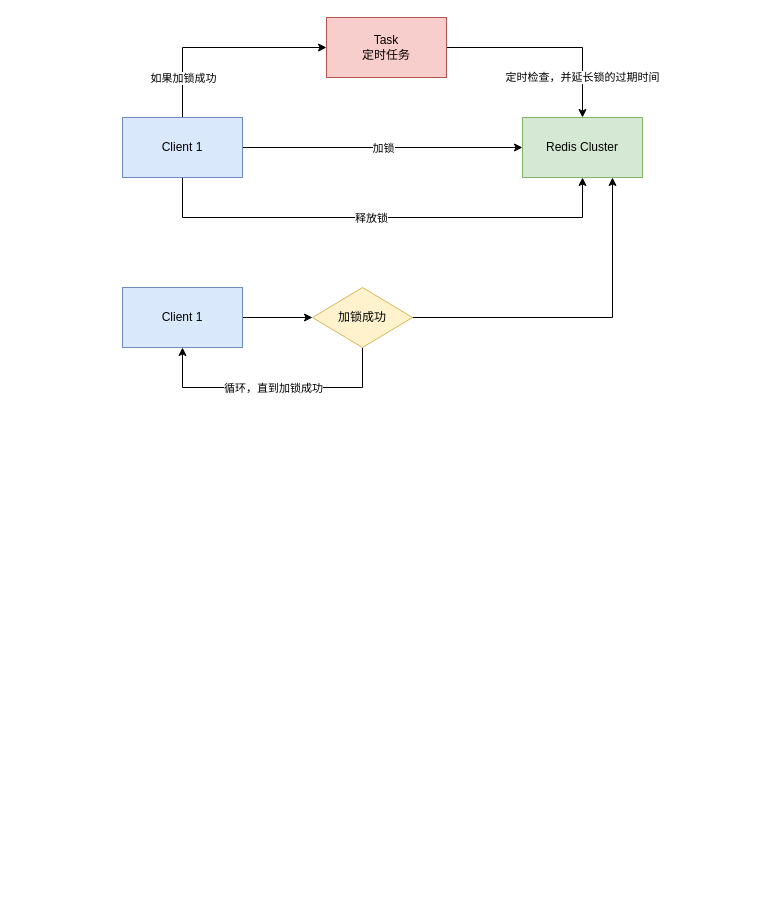
thebesteric/draw.io keeps this draw.io diagram as redis/distributed-lock.drawio. Above is the earlier version. Source tidied: cells renumbered, new cells numbered last; positions are measured from the earlier drawing's top-left corner, leaving out a move shared by most shapes. Both pictures are drawn from the tidied source at 100%, with x=0, y=0 at pixel (122, 17).
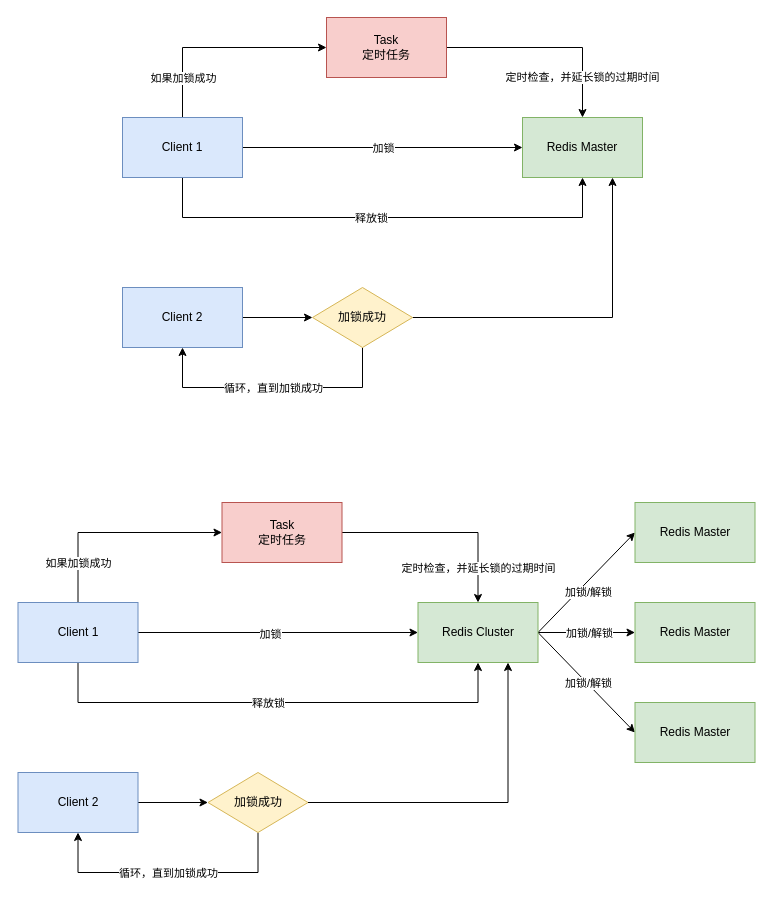
The same diagram, later.

Change to the diagram source:
```diff
@@
-    <mxCell id="9" value="Redis Cluster" style="rounded=0;whiteSpace=wrap;html=1;fillColor=#d5e8d4;strokeColor=#82b366;" parent="1" vertex="1">
+    <mxCell id="9" value="Redis Master" style="rounded=0;whiteSpace=wrap;html=1;fillColor=#d5e8d4;strokeColor=#82b366;" parent="1" vertex="1">
       <mxGeometry x="400" y="100" width="120" height="60" as="geometry" />
     </mxCell>
@@
-    <mxCell id="14" value="Client 1" style="rounded=0;whiteSpace=wrap;html=1;fillColor=#dae8fc;strokeColor=#6c8ebf;" parent="1" vertex="1">
+    <mxCell id="14" value="Client 2" style="rounded=0;whiteSpace=wrap;html=1;fillColor=#dae8fc;strokeColor=#6c8ebf;" parent="1" vertex="1">
       <mxGeometry y="270" width="120" height="60" as="geometry" />
     </mxCell>
@@
+    <mxCell id="19" style="edgeStyle=orthogonalEdgeStyle;rounded=0;jettySize=auto;html=1;exitX=0.5;exitY=0;exitDx=0;exitDy=0;entryX=0;entryY=0.5;entryDx=0;entryDy=0;" parent="1" edge="1" source="25" target="35">
+      <mxGeometry relative="1" as="geometry" />
+    </mxCell>
+    <mxCell id="20" value="如果加锁成功" style="edgeLabel;html=1;align=center;verticalAlign=middle;" parent="19" vertex="1">
+      <mxGeometry x="0.03" y="3" relative="1" as="geometry">
+        <mxPoint x="-40" y="33" as="offset" />
+      </mxGeometry>
+    </mxCell>
+    <mxCell id="21" style="edgeStyle=orthogonalEdgeStyle;rounded=0;jettySize=auto;html=1;exitX=0.5;exitY=1;exitDx=0;exitDy=0;entryX=0.5;entryY=1;entryDx=0;entryDy=0;" parent="1" edge="1" source="25" target="32">
+      <mxGeometry relative="1" as="geometry">
+        <Array as="points">
+          <mxPoint x="-44.5" y="685" />
+          <mxPoint x="355.5" y="685" />
+        </Array>
+      </mxGeometry>
+    </mxCell>
+    <mxCell id="22" value="释放锁" style="edgeLabel;html=1;align=center;verticalAlign=middle;" parent="21" vertex="1">
+      <mxGeometry x="-0.04" relative="1" as="geometry" />
+    </mxCell>
+    <mxCell id="23" style="edgeStyle=orthogonalEdgeStyle;rounded=0;jettySize=auto;html=1;exitX=1;exitY=0.5;exitDx=0;exitDy=0;" parent="1" edge="1" source="25" target="32">
+      <mxGeometry relative="1" as="geometry" />
+    </mxCell>
+    <mxCell id="24" value="加锁" style="edgeLabel;html=1;align=center;verticalAlign=middle;" parent="23" vertex="1">
+      <mxGeometry x="-0.06" y="-1" relative="1" as="geometry" />
+    </mxCell>
+    <mxCell id="25" value="Client 1" style="rounded=0;whiteSpace=wrap;html=1;fillColor=#dae8fc;strokeColor=#6c8ebf;" parent="1" vertex="1">
+      <mxGeometry x="-104.5" y="585" width="120" height="60" as="geometry" />
+    </mxCell>
+    <mxCell id="26" style="rounded=0;jettySize=auto;html=1;exitX=1;exitY=0.5;exitDx=0;exitDy=0;entryX=0;entryY=0.5;entryDx=0;entryDy=0;" parent="1" edge="1" source="32" target="42">
+      <mxGeometry relative="1" as="geometry" />
+    </mxCell>
+    <mxCell id="27" value="加锁/解锁" style="edgeLabel;html=1;align=center;verticalAlign=middle;" parent="26" vertex="1">
+      <mxGeometry x="0.09" y="-3" relative="1" as="geometry">
+        <mxPoint x="-5" y="12" as="offset" />
+      </mxGeometry>
+    </mxCell>
+    <mxCell id="28" style="edgeStyle=none;rounded=0;jettySize=auto;html=1;exitX=1;exitY=0.5;exitDx=0;exitDy=0;entryX=0;entryY=0.5;entryDx=0;entryDy=0;" parent="1" edge="1" source="32" target="43">
+      <mxGeometry relative="1" as="geometry" />
+    </mxCell>
+    <mxCell id="29" value="加锁/解锁" style="edgeLabel;html=1;align=center;verticalAlign=middle;" parent="28" vertex="1">
+      <mxGeometry x="-0.12" y="2" relative="1" as="geometry">
+        <mxPoint x="8" y="2" as="offset" />
+      </mxGeometry>
+    </mxCell>
+    <mxCell id="30" style="edgeStyle=none;rounded=0;jettySize=auto;html=1;exitX=1;exitY=0.5;exitDx=0;exitDy=0;entryX=0;entryY=0.5;entryDx=0;entryDy=0;" parent="1" edge="1" source="32" target="44">
+      <mxGeometry relative="1" as="geometry" />
+    </mxCell>
+    <mxCell id="31" value="加锁/解锁" style="edgeLabel;html=1;align=center;verticalAlign=middle;" parent="30" vertex="1">
+      <mxGeometry x="-0.13" y="-1" relative="1" as="geometry">
+        <mxPoint x="8" y="6" as="offset" />
+      </mxGeometry>
+    </mxCell>
+    <mxCell id="32" value="Redis Cluster" style="rounded=0;whiteSpace=wrap;html=1;fillColor=#d5e8d4;strokeColor=#82b366;" parent="1" vertex="1">
+      <mxGeometry x="295.5" y="585" width="120" height="60" as="geometry" />
+    </mxCell>
+    <mxCell id="33" style="edgeStyle=orthogonalEdgeStyle;rounded=0;jettySize=auto;html=1;exitX=1;exitY=0.5;exitDx=0;exitDy=0;entryX=0.5;entryY=0;entryDx=0;entryDy=0;" parent="1" edge="1" source="35" target="32">
+      <mxGeometry relative="1" as="geometry" />
+    </mxCell>
+    <mxCell id="34" value="定时检查，并延长锁的过期时间" style="edgeLabel;html=1;align=center;verticalAlign=middle;" parent="33" vertex="1">
+      <mxGeometry x="0.68" y="-3" relative="1" as="geometry">
+        <mxPoint x="3" y="-2" as="offset" />
+      </mxGeometry>
+    </mxCell>
+    <mxCell id="35" value="Task&lt;br&gt;定时任务" style="rounded=0;whiteSpace=wrap;html=1;fillColor=#f8cecc;strokeColor=#b85450;" parent="1" vertex="1">
+      <mxGeometry x="99.5" y="485" width="120" height="60" as="geometry" />
+    </mxCell>
+    <mxCell id="36" style="edgeStyle=orthogonalEdgeStyle;rounded=0;jettySize=auto;html=1;exitX=1;exitY=0.5;exitDx=0;exitDy=0;entryX=0;entryY=0.5;entryDx=0;entryDy=0;" parent="1" edge="1" source="37" target="41">
+      <mxGeometry relative="1" as="geometry" />
+    </mxCell>
+    <mxCell id="37" value="Client 2" style="rounded=0;whiteSpace=wrap;html=1;fillColor=#dae8fc;strokeColor=#6c8ebf;" parent="1" vertex="1">
+      <mxGeometry x="-104.5" y="755" width="120" height="60" as="geometry" />
+    </mxCell>
+    <mxCell id="38" style="edgeStyle=orthogonalEdgeStyle;rounded=0;jettySize=auto;html=1;exitX=0.5;exitY=1;exitDx=0;exitDy=0;entryX=0.5;entryY=1;entryDx=0;entryDy=0;" parent="1" edge="1" source="41" target="37">
+      <mxGeometry relative="1" as="geometry">
+        <Array as="points">
+          <mxPoint x="135.5" y="855" />
+          <mxPoint x="-44.5" y="855" />
+        </Array>
+      </mxGeometry>
+    </mxCell>
+    <mxCell id="39" value="循环，直到加锁成功" style="edgeLabel;html=1;align=center;verticalAlign=middle;" parent="38" vertex="1">
+      <mxGeometry x="-0.12" y="2" relative="1" as="geometry">
+        <mxPoint x="-16" y="-2" as="offset" />
+      </mxGeometry>
+    </mxCell>
+    <mxCell id="40" style="edgeStyle=orthogonalEdgeStyle;rounded=0;jettySize=auto;html=1;exitX=1;exitY=0.5;exitDx=0;exitDy=0;entryX=0.75;entryY=1;entryDx=0;entryDy=0;" parent="1" edge="1" source="41" target="32">
+      <mxGeometry relative="1" as="geometry" />
+    </mxCell>
+    <mxCell id="41" value="加锁成功" style="rhombus;whiteSpace=wrap;html=1;fillColor=#fff2cc;strokeColor=#d6b656;" parent="1" vertex="1">
+      <mxGeometry x="85.5" y="755" width="100" height="60" as="geometry" />
+    </mxCell>
+    <mxCell id="42" value="Redis Master" style="rounded=0;whiteSpace=wrap;html=1;fillColor=#d5e8d4;strokeColor=#82b366;" parent="1" vertex="1">
+      <mxGeometry x="512.5" y="485" width="120" height="60" as="geometry" />
+    </mxCell>
+    <mxCell id="43" value="Redis Master" style="rounded=0;whiteSpace=wrap;html=1;fillColor=#d5e8d4;strokeColor=#82b366;" parent="1" vertex="1">
+      <mxGeometry x="512.5" y="585" width="120" height="60" as="geometry" />
+    </mxCell>
+    <mxCell id="44" value="Redis Master" style="rounded=0;whiteSpace=wrap;html=1;fillColor=#d5e8d4;strokeColor=#82b366;" parent="1" vertex="1">
+      <mxGeometry x="512.5" y="685" width="120" height="60" as="geometry" />
+    </mxCell>
```
